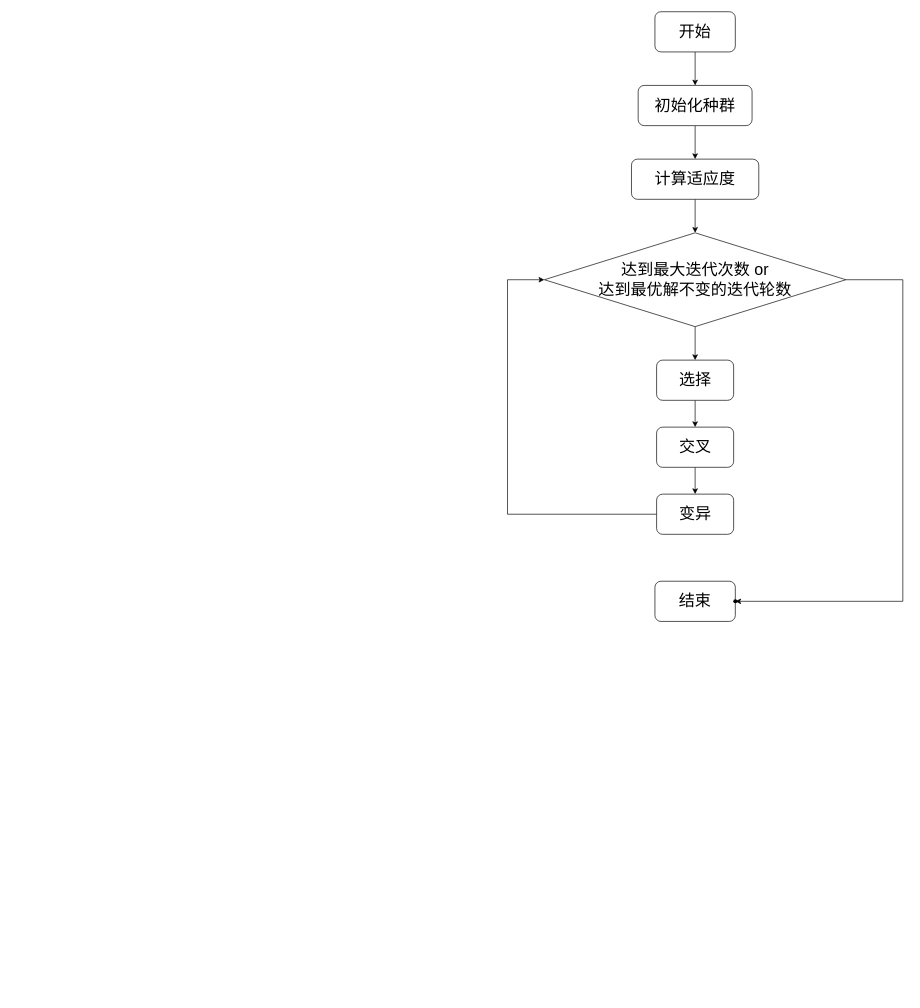
Before: Untitled Diagram.drawio in fountain-y/drawio, a draw.io diagram. Source tidied: cells renumbered, new cells numbered last; positions are measured from the earlier drawing's top-left corner, leaving out a move shared by most shapes. Both pictures are drawn from the tidied source at 67%, with x=0, y=0 at pixel (507, 11).
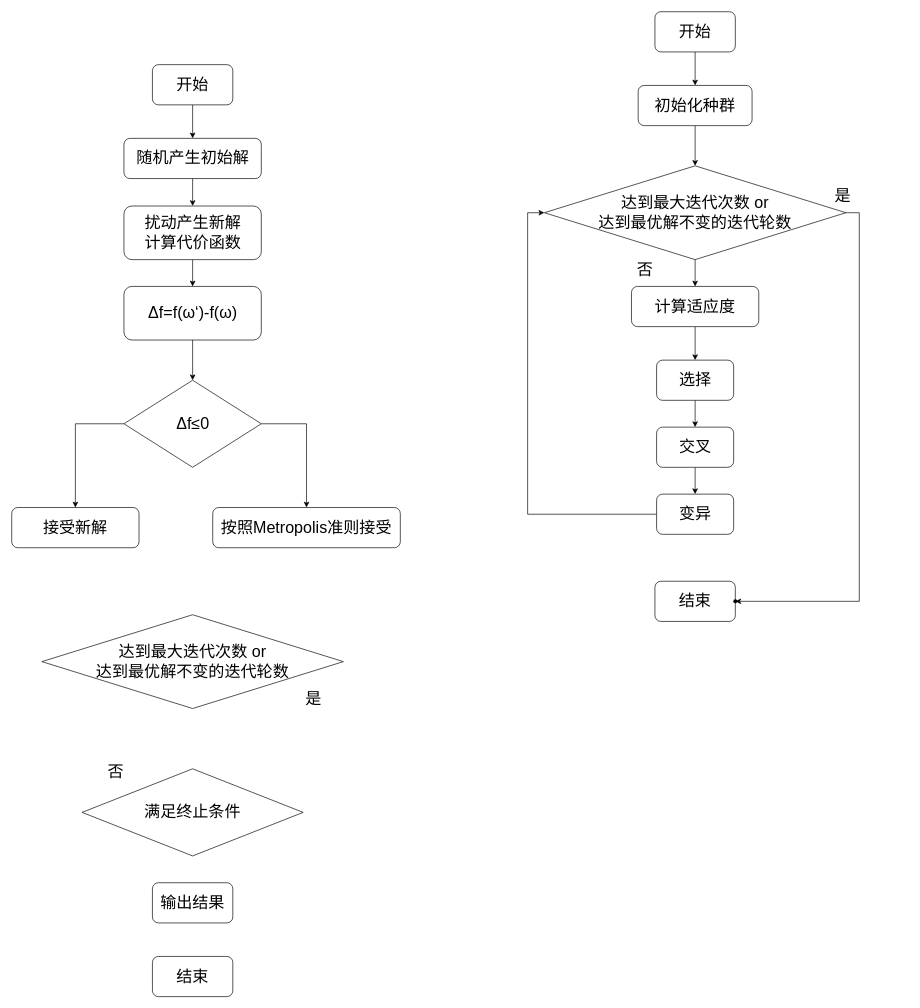
After the change.

The change refers to these unchanged cells:
```xml
<mxCell id="5" value="初始化种群" style="rounded=1;whiteSpace=wrap;html=1;fontSize=24;" parent="1" vertex="1">
  <mxGeometry x="195" y="110" width="170" height="60" as="geometry" />
</mxCell>
<mxCell id="14" value="选择" style="rounded=1;whiteSpace=wrap;html=1;fontSize=24;" parent="1" vertex="1">
  <mxGeometry x="222.5" y="520" width="115" height="60" as="geometry" />
</mxCell>
<mxCell id="16" value="变异" style="rounded=1;whiteSpace=wrap;html=1;fontSize=24;" parent="1" vertex="1">
  <mxGeometry x="222.5" y="720" width="115" height="60" as="geometry" />
</mxCell>
<mxCell id="18" style="shape=waypoint;size=6;points=[];fillColor=rgba(255, 255, 255, 1);perimeter=centerPerimeter;snapToPoint=1;fontSize=24;" parent="1" vertex="1">
  <mxGeometry x="320" y="860" width="40" height="40" as="geometry" />
</mxCell>
```

Change to the diagram source:
```diff
@@
-    <mxCell id="4" style="edgeStyle=orthogonalEdgeStyle;rounded=0;jettySize=auto;html=1;fontSize=24;" parent="1" edge="1" source="5" target="7">
+    <mxCell id="4" style="edgeStyle=orthogonalEdgeStyle;rounded=0;jettySize=auto;html=1;fontSize=24;entryX=0.5;entryY=0;entryDx=0;entryDy=0;" parent="1" edge="1" source="5" target="12">
       <mxGeometry relative="1" as="geometry" />
     </mxCell>
@@
-    <mxCell id="6" style="edgeStyle=orthogonalEdgeStyle;rounded=0;jettySize=auto;html=1;fontSize=24;" parent="1" edge="1" source="7" target="12">
-      <mxGeometry relative="1" as="geometry" />
-    </mxCell>
-    <mxCell id="7" value="计算适应度" style="rounded=1;whiteSpace=wrap;html=1;fontSize=24;" parent="1" vertex="1">
-      <mxGeometry x="185" y="220" width="190" height="60" as="geometry" />
-    </mxCell>
@@
-    <mxCell id="10" style="edgeStyle=orthogonalEdgeStyle;rounded=0;jettySize=auto;html=1;fontSize=24;" parent="1" edge="1" source="12" target="14">
-      <mxGeometry relative="1" as="geometry" />
-    </mxCell>
+    <mxCell id="19" style="edgeStyle=orthogonalEdgeStyle;rounded=0;jettySize=auto;html=1;fontSize=24;" parent="1" edge="1" source="12" target="7">
+      <mxGeometry relative="1" as="geometry" />
+    </mxCell>
-    <mxCell id="11" style="edgeStyle=orthogonalEdgeStyle;rounded=0;jettySize=auto;html=1;fontSize=24;entryX=0.54;entryY=0.615;entryDx=0;entryDy=0;entryPerimeter=0;" parent="1" edge="1" source="12" target="18">
+    <mxCell id="11" style="edgeStyle=orthogonalEdgeStyle;rounded=0;jettySize=auto;html=1;exitX=1;exitY=0.5;exitDx=0;exitDy=0;fontSize=24;" parent="1" edge="1" source="12" target="18">
       <mxGeometry relative="1" as="geometry">
         <Array as="points">
-          <mxPoint x="590" y="400" />
-          <mxPoint x="590" y="880" />
+          <mxPoint x="525" y="300" />
+          <mxPoint x="525" y="880" />
         </Array>
       </mxGeometry>
     </mxCell>
     <mxCell id="12" value="达到最大迭代次数 or &lt;br&gt;达到最优解不变的迭代轮数" style="rhombus;whiteSpace=wrap;html=1;fontSize=24;" parent="1" vertex="1">
-      <mxGeometry x="55" y="330" width="450" height="140" as="geometry" />
+      <mxGeometry x="55" y="230" width="450" height="140" as="geometry" />
     </mxCell>
@@
     <mxCell id="15" style="edgeStyle=orthogonalEdgeStyle;rounded=0;jettySize=auto;html=1;fontSize=24;entryX=0;entryY=0.5;entryDx=0;entryDy=0;" parent="1" edge="1" source="16" target="12">
       <mxGeometry relative="1" as="geometry">
         <Array as="points">
-          <mxPoint y="750" />
-          <mxPoint y="400" />
+          <mxPoint x="30" y="750" />
+          <mxPoint x="30" y="300" />
         </Array>
       </mxGeometry>
     </mxCell>
@@
+    <mxCell id="20" value="否" style="text;html=1;align=center;verticalAlign=middle;strokeColor=none;fillColor=none;fontSize=24;" parent="1" vertex="1">
+      <mxGeometry x="185" y="370" width="40" height="30" as="geometry" />
+    </mxCell>
+    <mxCell id="21" value="是" style="text;html=1;align=center;verticalAlign=middle;strokeColor=none;fillColor=none;fontSize=24;" parent="1" vertex="1">
+      <mxGeometry x="480" y="260" width="40" height="30" as="geometry" />
+    </mxCell>
+    <mxCell id="22" style="edgeStyle=orthogonalEdgeStyle;rounded=0;jettySize=auto;html=1;fontSize=24;" parent="1" edge="1" source="7" target="14">
+      <mxGeometry relative="1" as="geometry" />
+    </mxCell>
+    <mxCell id="7" value="计算适应度" style="rounded=1;whiteSpace=wrap;html=1;fontSize=24;" parent="1" vertex="1">
+      <mxGeometry x="185" y="410" width="190" height="60" as="geometry" />
+    </mxCell>
+    <mxCell id="23" style="edgeStyle=orthogonalEdgeStyle;rounded=0;jettySize=auto;html=1;fontSize=24;" parent="1" edge="1" source="24" target="26">
+      <mxGeometry relative="1" as="geometry" />
+    </mxCell>
+    <mxCell id="24" value="&lt;font style=&quot;font-size: 24px&quot;&gt;开始&lt;/font&gt;" style="rounded=1;whiteSpace=wrap;html=1;" parent="1" vertex="1">
+      <mxGeometry x="-530" y="79" width="120" height="60" as="geometry" />
+    </mxCell>
+    <mxCell id="25" style="edgeStyle=orthogonalEdgeStyle;rounded=0;jettySize=auto;html=1;exitX=0.5;exitY=1;exitDx=0;exitDy=0;entryX=0.5;entryY=0;entryDx=0;entryDy=0;fontSize=24;" parent="1" edge="1" source="26" target="32">
+      <mxGeometry relative="1" as="geometry" />
+    </mxCell>
+    <mxCell id="26" value="随机产生初始解" style="rounded=1;whiteSpace=wrap;html=1;fontSize=24;" parent="1" vertex="1">
+      <mxGeometry x="-572.5" y="189" width="205" height="60" as="geometry" />
+    </mxCell>
+    <mxCell id="27" value="达到最大迭代次数 or &lt;br&gt;达到最优解不变的迭代轮数" style="rhombus;whiteSpace=wrap;html=1;fontSize=24;" parent="1" vertex="1">
+      <mxGeometry x="-695" y="900" width="450" height="140" as="geometry" />
+    </mxCell>
+    <mxCell id="28" value="&lt;font style=&quot;font-size: 24px&quot;&gt;结束&lt;/font&gt;" style="rounded=1;whiteSpace=wrap;html=1;" parent="1" vertex="1">
+      <mxGeometry x="-530" y="1410" width="120" height="60" as="geometry" />
+    </mxCell>
+    <mxCell id="29" value="否" style="text;html=1;align=center;verticalAlign=middle;strokeColor=none;fillColor=none;fontSize=24;" parent="1" vertex="1">
+      <mxGeometry x="-605" y="1120" width="40" height="30" as="geometry" />
+    </mxCell>
+    <mxCell id="30" value="是" style="text;html=1;align=center;verticalAlign=middle;strokeColor=none;fillColor=none;fontSize=24;" parent="1" vertex="1">
+      <mxGeometry x="-310" y="1010" width="40" height="30" as="geometry" />
+    </mxCell>
+    <mxCell id="31" style="edgeStyle=orthogonalEdgeStyle;rounded=0;jettySize=auto;html=1;exitX=0.5;exitY=1;exitDx=0;exitDy=0;entryX=0.5;entryY=0;entryDx=0;entryDy=0;fontSize=24;" parent="1" edge="1" source="32" target="34">
+      <mxGeometry relative="1" as="geometry" />
+    </mxCell>
+    <mxCell id="32" value="扰动产生新解&lt;br&gt;计算代价函数" style="rounded=1;whiteSpace=wrap;html=1;fontSize=24;" parent="1" vertex="1">
+      <mxGeometry x="-572.5" y="290" width="205" height="80" as="geometry" />
+    </mxCell>
+    <mxCell id="33" style="edgeStyle=orthogonalEdgeStyle;rounded=0;jettySize=auto;html=1;exitX=0.5;exitY=1;exitDx=0;exitDy=0;entryX=0.5;entryY=0;entryDx=0;entryDy=0;fontSize=24;" parent="1" edge="1" source="34" target="37">
+      <mxGeometry relative="1" as="geometry" />
+    </mxCell>
+    <mxCell id="34" value="Δf=f(ω‘)-f(ω)" style="rounded=1;whiteSpace=wrap;html=1;fontSize=24;" parent="1" vertex="1">
+      <mxGeometry x="-572.5" y="410" width="205" height="80" as="geometry" />
+    </mxCell>
+    <mxCell id="35" style="edgeStyle=orthogonalEdgeStyle;rounded=0;jettySize=auto;html=1;entryX=0.5;entryY=0;entryDx=0;entryDy=0;fontSize=24;" parent="1" edge="1" source="37" target="38">
+      <mxGeometry relative="1" as="geometry">
+        <Array as="points">
+          <mxPoint x="-645" y="615" />
+        </Array>
+      </mxGeometry>
+    </mxCell>
+    <mxCell id="36" style="edgeStyle=orthogonalEdgeStyle;rounded=0;jettySize=auto;html=1;exitX=1;exitY=0.5;exitDx=0;exitDy=0;entryX=0.5;entryY=0;entryDx=0;entryDy=0;fontSize=24;" parent="1" edge="1" source="37" target="39">
+      <mxGeometry relative="1" as="geometry" />
+    </mxCell>
+    <mxCell id="37" value="Δf≤0" style="rhombus;whiteSpace=wrap;html=1;fontSize=24;" parent="1" vertex="1">
+      <mxGeometry x="-572.5" y="550" width="205" height="130" as="geometry" />
+    </mxCell>
+    <mxCell id="38" value="接受新解" style="rounded=1;whiteSpace=wrap;html=1;fontSize=24;" parent="1" vertex="1">
+      <mxGeometry x="-740" y="740" width="190" height="60" as="geometry" />
+    </mxCell>
+    <mxCell id="39" value="按照Metropolis准则接受" style="rounded=1;whiteSpace=wrap;html=1;fontSize=24;" parent="1" vertex="1">
+      <mxGeometry x="-440" y="740" width="280" height="60" as="geometry" />
+    </mxCell>
+    <mxCell id="40" value="满足终止条件" style="rhombus;whiteSpace=wrap;html=1;fontSize=24;" parent="1" vertex="1">
+      <mxGeometry x="-635" y="1130" width="330" height="130" as="geometry" />
+    </mxCell>
+    <mxCell id="41" value="&lt;font style=&quot;font-size: 24px&quot;&gt;输出结果&lt;/font&gt;" style="rounded=1;whiteSpace=wrap;html=1;" parent="1" vertex="1">
+      <mxGeometry x="-530" y="1300" width="120" height="60" as="geometry" />
+    </mxCell>
```
